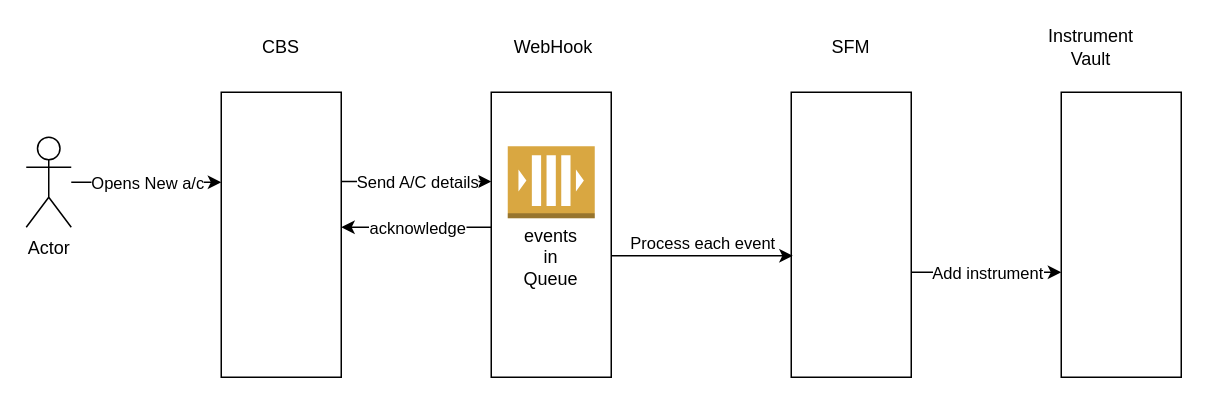
Before: src/main/resources/static/offline account sync.drawio in damodaram/simpleNotes, a draw.io diagram. Source tidied: cells renumbered, new cells numbered last; positions are measured from the earlier drawing's top-left corner, leaving out a move shared by most shapes. Both pictures are drawn from the tidied source at 150%, with x=0, y=0 at pixel (26, 32).
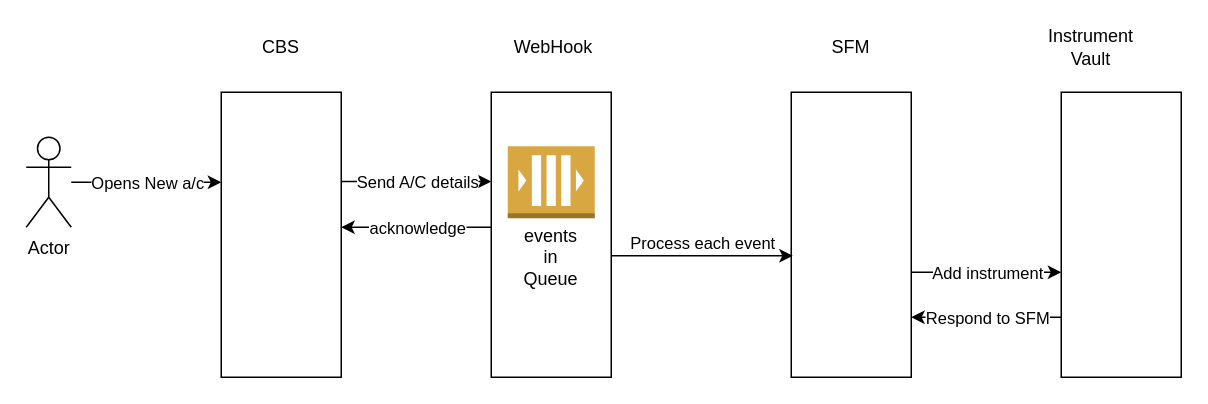
After the change.

Change to the diagram source:
```diff
@@
+    <mxCell id="23" style="endArrow=classic;html=1;" parent="1" edge="1">
+      <mxGeometry relative="1" as="geometry">
+        <mxPoint x="690" y="190" as="sourcePoint" />
+        <mxPoint x="590" y="190" as="targetPoint" />
+      </mxGeometry>
+    </mxCell>
+    <mxCell id="24" value="Respond to SFM" style="edgeLabel;html=1;align=center;verticalAlign=middle;" parent="23" vertex="1">
+      <mxGeometry relative="1" as="geometry" />
+    </mxCell>
```
